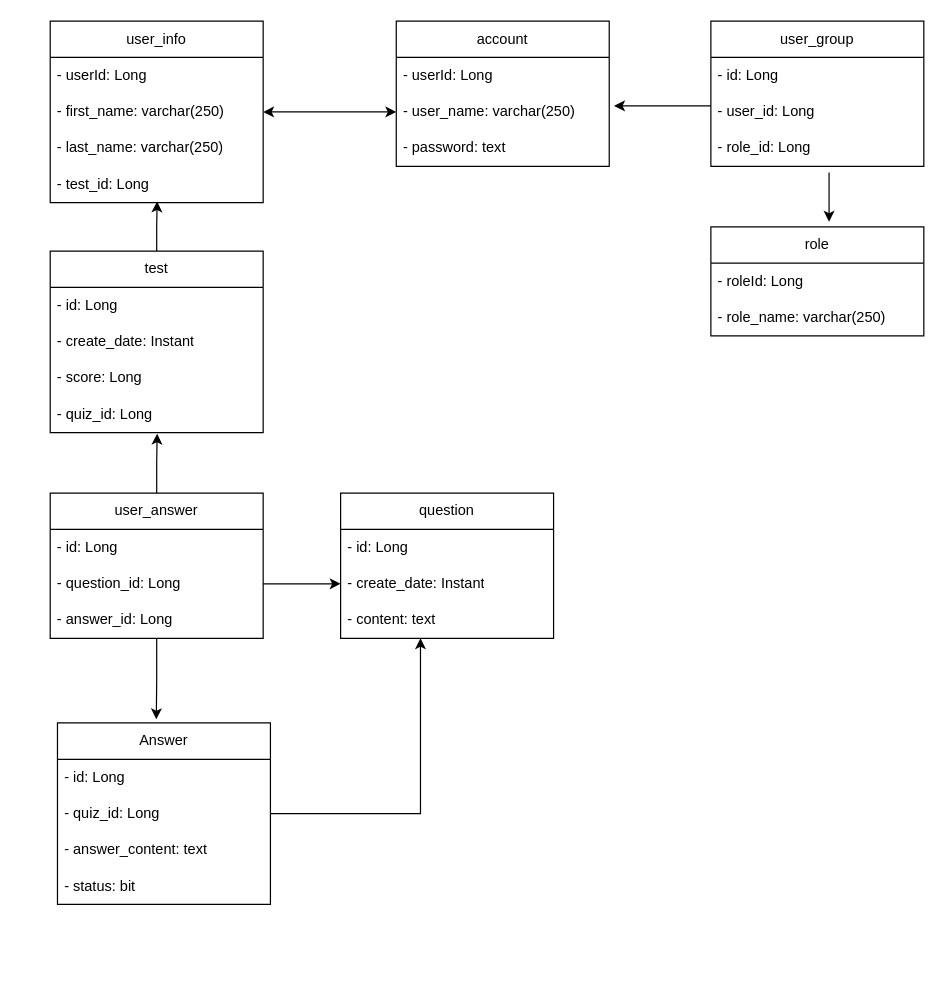
SWD392/SmallQuiz keeps this draw.io diagram as page "Database" (2 of 2) of Doc/Untitled Diagram.drawio. Above is the earlier version. Source tidied: cells renumbered, new cells numbered last; positions are measured from the earlier drawing's top-left corner, leaving out a move shared by most shapes. Both pictures are drawn from the tidied source at 121%, with x=0, y=0 at pixel (21, 21).
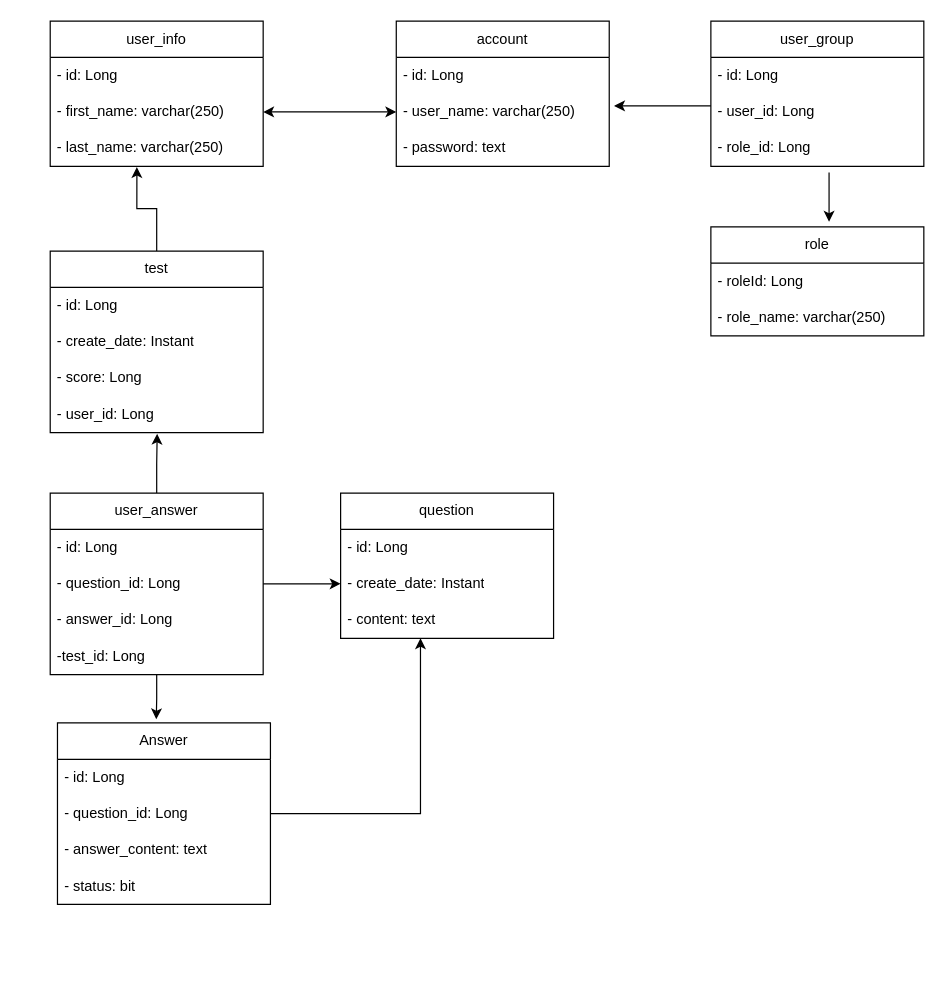
The same diagram, later.

The change refers to these unchanged cells:
```xml
<mxCell id="6" value="- last_name: varchar(250)" style="text;strokeColor=none;fillColor=none;align=left;verticalAlign=middle;spacingLeft=4;spacingRight=4;overflow=hidden;points=[[0,0.5],[1,0.5]];portConstraint=eastwest;whiteSpace=wrap;html=1;" parent="3" vertex="1">
  <mxGeometry y="90" width="176" height="30" as="geometry" />
</mxCell>
<mxCell id="8" value="account" style="swimlane;fontStyle=0;horizontal=1;startSize=30;whiteSpace=wrap;html=1;" parent="1" vertex="1">
  <mxGeometry x="310" width="176" height="120" as="geometry" />
</mxCell>
<mxCell id="23" value="test" style="swimlane;fontStyle=0;horizontal=1;startSize=30;whiteSpace=wrap;html=1;" parent="1" vertex="1">
  <mxGeometry x="24" y="190" width="176" height="150" as="geometry" />
</mxCell>
<mxCell id="39" value="Answer" style="swimlane;fontStyle=0;horizontal=1;startSize=30;whiteSpace=wrap;html=1;" parent="1" vertex="1">
  <mxGeometry x="30" y="580" width="176" height="150" as="geometry" />
</mxCell>
```

The edit, as a diff of the source:
```diff
@@
     <mxCell id="3" value="user_info" style="swimlane;fontStyle=0;horizontal=1;startSize=30;whiteSpace=wrap;html=1;" parent="1" vertex="1">
-      <mxGeometry x="24" width="176" height="150" as="geometry" />
+      <mxGeometry x="24" width="176" height="120" as="geometry" />
     </mxCell>
-    <mxCell id="4" value="- userId: Long" style="text;strokeColor=none;fillColor=none;align=left;verticalAlign=middle;spacingLeft=4;spacingRight=4;overflow=hidden;whiteSpace=wrap;html=1;" parent="3" vertex="1">
+    <mxCell id="4" value="- id: Long" style="text;strokeColor=none;fillColor=none;align=left;verticalAlign=middle;spacingLeft=4;spacingRight=4;overflow=hidden;whiteSpace=wrap;html=1;" parent="3" vertex="1">
       <mxGeometry y="30" width="176" height="30" as="geometry" />
     </mxCell>
@@
-    <mxCell id="7" value="- test_id: Long" style="text;strokeColor=none;fillColor=none;align=left;verticalAlign=middle;spacingLeft=4;spacingRight=4;overflow=hidden;points=[[0,0.5],[1,0.5]];portConstraint=eastwest;whiteSpace=wrap;html=1;" parent="3" vertex="1">
-      <mxGeometry y="120" width="176" height="30" as="geometry" />
-    </mxCell>
@@
-    <mxCell id="9" value="- userId: Long" style="text;strokeColor=none;fillColor=none;align=left;verticalAlign=middle;spacingLeft=4;spacingRight=4;overflow=hidden;whiteSpace=wrap;html=1;" parent="8" vertex="1">
+    <mxCell id="9" value="- id: Long" style="text;strokeColor=none;fillColor=none;align=left;verticalAlign=middle;spacingLeft=4;spacingRight=4;overflow=hidden;whiteSpace=wrap;html=1;" parent="8" vertex="1">
       <mxGeometry y="30" width="176" height="30" as="geometry" />
     </mxCell>
@@
-    <mxCell id="22" style="edgeStyle=orthogonalEdgeStyle;rounded=0;jettySize=auto;html=1;exitX=0.5;exitY=0;exitDx=0;exitDy=0;entryX=0.502;entryY=0.967;entryDx=0;entryDy=0;entryPerimeter=0;" parent="1" edge="1" source="23" target="7">
+    <mxCell id="22" style="edgeStyle=orthogonalEdgeStyle;rounded=0;jettySize=auto;html=1;exitX=0.5;exitY=0;exitDx=0;exitDy=0;entryX=0.407;entryY=1.02;entryDx=0;entryDy=0;entryPerimeter=0;" parent="1" edge="1" source="23" target="6">
       <mxGeometry relative="1" as="geometry" />
     </mxCell>
@@
-    <mxCell id="27" value="- quiz_id: Long" style="text;strokeColor=none;fillColor=none;align=left;verticalAlign=middle;spacingLeft=4;spacingRight=4;overflow=hidden;points=[[0,0.5],[1,0.5]];portConstraint=eastwest;whiteSpace=wrap;html=1;" parent="23" vertex="1">
-      <mxGeometry y="120" width="176" height="30" as="geometry" />
-    </mxCell>
+    <mxCell id="46" value="- user_id: Long" style="text;strokeColor=none;fillColor=none;align=left;verticalAlign=middle;spacingLeft=4;spacingRight=4;overflow=hidden;whiteSpace=wrap;html=1;" parent="23" vertex="1">
+      <mxGeometry y="120" width="176" height="30" as="geometry" />
+    </mxCell>
-    <mxCell id="28" style="edgeStyle=orthogonalEdgeStyle;rounded=0;jettySize=auto;html=1;entryX=0.502;entryY=1.033;entryDx=0;entryDy=0;entryPerimeter=0;" parent="1" edge="1" source="30" target="27">
-      <mxGeometry relative="1" as="geometry" />
+    <mxCell id="28" style="edgeStyle=orthogonalEdgeStyle;rounded=0;jettySize=auto;html=1;entryX=0.502;entryY=1.033;entryDx=0;entryDy=0;entryPerimeter=0;" parent="1" edge="1" source="30">
+      <mxGeometry relative="1" as="geometry">
+        <mxPoint x="112.4" y="341" as="targetPoint" />
+      </mxGeometry>
     </mxCell>
@@
     <mxCell id="30" value="user_answer" style="swimlane;fontStyle=0;horizontal=1;startSize=30;whiteSpace=wrap;html=1;" parent="1" vertex="1">
-      <mxGeometry x="24" y="390" width="176" height="120" as="geometry" />
+      <mxGeometry x="24" y="390" width="176" height="150" as="geometry" />
     </mxCell>
@@
+    <mxCell id="47" value="-test_id: Long" style="text;strokeColor=none;fillColor=none;align=left;verticalAlign=middle;spacingLeft=4;spacingRight=4;overflow=hidden;whiteSpace=wrap;html=1;" parent="30" vertex="1">
+      <mxGeometry y="120" width="176" height="30" as="geometry" />
+    </mxCell>
@@
-    <mxCell id="41" value="- quiz_id: Long" style="text;strokeColor=none;fillColor=none;align=left;verticalAlign=middle;spacingLeft=4;spacingRight=4;overflow=hidden;points=[[0,0.5],[1,0.5]];portConstraint=eastwest;whiteSpace=wrap;html=1;" parent="39" vertex="1">
+    <mxCell id="41" value="- question_id: Long" style="text;strokeColor=none;fillColor=none;align=left;verticalAlign=middle;spacingLeft=4;spacingRight=4;overflow=hidden;points=[[0,0.5],[1,0.5]];portConstraint=eastwest;whiteSpace=wrap;html=1;" parent="39" vertex="1">
       <mxGeometry y="60" width="176" height="30" as="geometry" />
     </mxCell>
```
